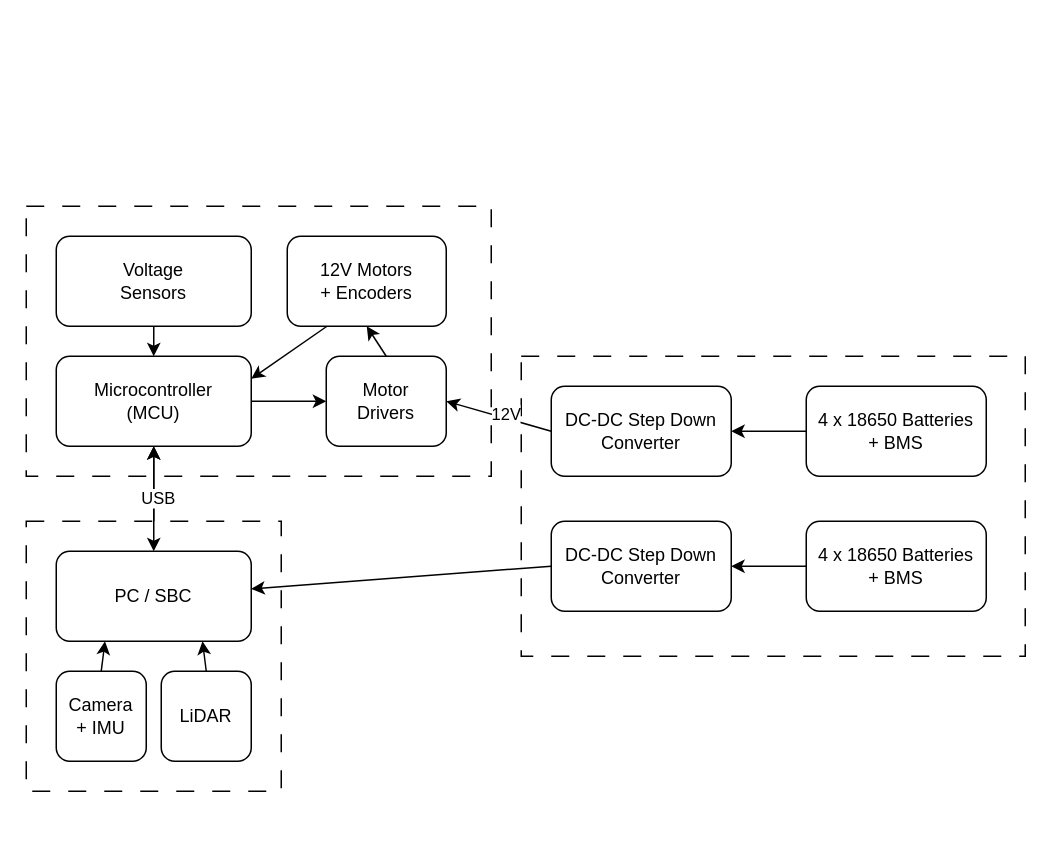
The draw.io diagram content/lgdxrobot2/getting-started/img/system/system.drawio in yukaitung/lgdxrobot-docs, before the edit. Source tidied: cells renumbered, new cells numbered last; positions are measured from the earlier drawing's top-left corner, leaving out a move shared by most shapes. Both pictures are drawn from the tidied source at 150%, with x=0, y=0 at pixel (26, 206).
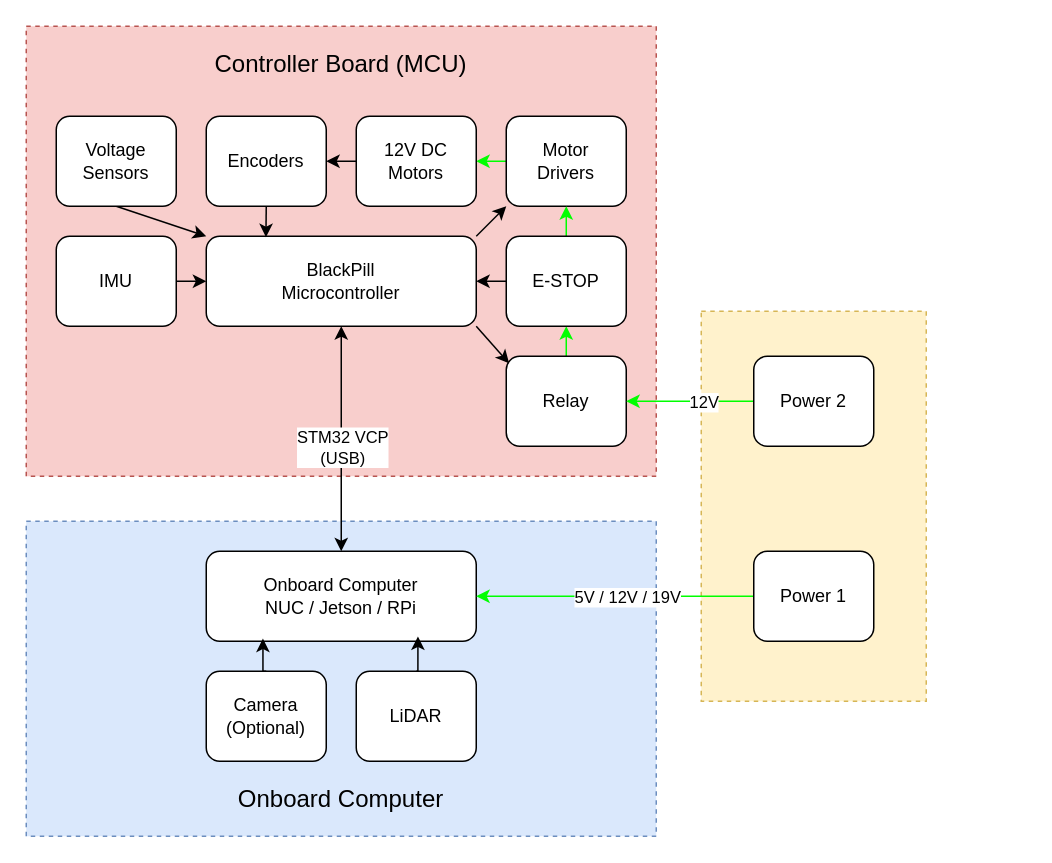
Above is the later version.

Commit message (it also covers changes not shown here):
System Design

Change to the diagram source:
```diff
@@
-    <mxCell id="2" style="rounded=0;whiteSpace=wrap;html=1;fillColor=none;dashed=1;dashPattern=12 12;" parent="1" vertex="1">
-      <mxGeometry x="330" y="100" width="336" height="200" as="geometry" />
-    </mxCell>
-    <mxCell id="3" style="rounded=0;whiteSpace=wrap;html=1;fillColor=none;dashed=1;dashPattern=12 12;" parent="1" vertex="1">
-      <mxGeometry width="310" height="180" as="geometry" />
+    <mxCell id="3" style="rounded=0;whiteSpace=wrap;html=1;fillColor=#f8cecc;dashed=1;strokeColor=#b85450;" parent="1" vertex="1">
+      <mxGeometry y="-120" width="420" height="300" as="geometry" />
     </mxCell>
-    <mxCell id="4" style="edgeStyle=none;rounded=0;jettySize=auto;html=1;" parent="1" edge="1" source="5" target="7">
-      <mxGeometry relative="1" as="geometry" />
-    </mxCell>
-    <mxCell id="5" style="rounded=0;whiteSpace=wrap;html=1;fillColor=none;dashed=1;dashPattern=12 12;" parent="1" vertex="1">
-      <mxGeometry y="210" width="170" height="180" as="geometry" />
+    <mxCell id="5" style="rounded=0;whiteSpace=wrap;html=1;fillColor=#dae8fc;dashed=1;strokeColor=#6c8ebf;" parent="1" vertex="1">
+      <mxGeometry y="210" width="420" height="210" as="geometry" />
     </mxCell>
+    <mxCell id="30" style="edgeStyle=orthogonalEdgeStyle;rounded=0;jettySize=auto;html=1;exitX=0.5;exitY=1;exitDx=0;exitDy=0;startArrow=classic;startFill=1;" parent="1" edge="1" source="7" target="45">
+      <mxGeometry relative="1" as="geometry" />
+    </mxCell>
+    <mxCell id="31" value="&lt;font face=&quot;Rubik&quot;&gt;STM32 VCP&lt;/font&gt;&lt;div&gt;&lt;font face=&quot;Rubik&quot;&gt;(USB)&lt;/font&gt;&lt;/div&gt;" style="edgeLabel;html=1;align=center;verticalAlign=middle;" parent="30" vertex="1">
+      <mxGeometry x="-0.16" y="-1" relative="1" as="geometry">
+        <mxPoint x="1" y="17" as="offset" />
+      </mxGeometry>
+    </mxCell>
-    <mxCell id="6" style="edgeStyle=none;rounded=0;jettySize=auto;html=1;exitX=1;exitY=0.5;exitDx=0;exitDy=0;entryX=0;entryY=0.5;entryDx=0;entryDy=0;" parent="1" edge="1" source="7" target="14">
+    <mxCell id="6" style="rounded=0;jettySize=auto;html=1;exitX=1;exitY=0;exitDx=0;exitDy=0;entryX=0;entryY=1;entryDx=0;entryDy=0;" parent="1" edge="1" source="7" target="14">
       <mxGeometry relative="1" as="geometry" />
     </mxCell>
-    <mxCell id="7" value="Microcontroller&lt;div&gt;(MCU)&lt;/div&gt;" style="rounded=1;whiteSpace=wrap;html=1;" parent="1" vertex="1">
-      <mxGeometry x="20" y="100" width="130" height="60" as="geometry" />
+    <mxCell id="7" value="&lt;font face=&quot;Rubik&quot;&gt;BlackPill&lt;/font&gt;&lt;div&gt;&lt;font face=&quot;Rubik&quot;&gt;Microcontroller&lt;/font&gt;&lt;/div&gt;" style="rounded=1;whiteSpace=wrap;html=1;" parent="1" vertex="1">
+      <mxGeometry x="120" y="20" width="180" height="60" as="geometry" />
     </mxCell>
-    <mxCell id="8" style="edgeStyle=none;rounded=0;jettySize=auto;html=1;" parent="1" edge="1" source="9" target="7">
+    <mxCell id="8" style="rounded=0;jettySize=auto;html=1;exitX=0.5;exitY=1;exitDx=0;exitDy=0;entryX=0;entryY=0;entryDx=0;entryDy=0;" parent="1" edge="1" source="9" target="7">
       <mxGeometry relative="1" as="geometry" />
     </mxCell>
-    <mxCell id="9" value="&lt;div&gt;Voltage&lt;/div&gt;&lt;div&gt;Sensors&lt;/div&gt;" style="rounded=1;whiteSpace=wrap;html=1;" parent="1" vertex="1">
-      <mxGeometry x="20" y="20" width="130" height="60" as="geometry" />
+    <mxCell id="9" value="&lt;div&gt;&lt;font face=&quot;Rubik&quot;&gt;Voltage&lt;/font&gt;&lt;/div&gt;&lt;div&gt;&lt;font face=&quot;Rubik&quot;&gt;Sensors&lt;/font&gt;&lt;/div&gt;" style="rounded=1;whiteSpace=wrap;html=1;" parent="1" vertex="1">
+      <mxGeometry x="20" y="-60" width="80" height="60" as="geometry" />
     </mxCell>
-    <mxCell id="10" style="edgeStyle=none;rounded=0;jettySize=auto;html=1;exitX=0.5;exitY=0;exitDx=0;exitDy=0;startArrow=classic;startFill=1;" parent="1" edge="1" source="12" target="7">
-      <mxGeometry relative="1" as="geometry" />
-    </mxCell>
-    <mxCell id="11" value="USB" style="edgeLabel;html=1;align=center;verticalAlign=middle;" parent="10" vertex="1">
-      <mxGeometry x="0.04" y="-2" relative="1" as="geometry" />
-    </mxCell>
-    <mxCell id="12" value="&lt;div&gt;PC / SBC&lt;/div&gt;" style="rounded=1;whiteSpace=wrap;html=1;" parent="1" vertex="1">
-      <mxGeometry x="20" y="230" width="130" height="60" as="geometry" />
-    </mxCell>
-    <mxCell id="13" style="edgeStyle=none;rounded=0;jettySize=auto;html=1;exitX=0.5;exitY=0;exitDx=0;exitDy=0;entryX=0.5;entryY=1;entryDx=0;entryDy=0;" parent="1" edge="1" source="14" target="16">
-      <mxGeometry relative="1" as="geometry" />
-    </mxCell>
+    <mxCell id="32" style="edgeStyle=orthogonalEdgeStyle;rounded=0;jettySize=auto;html=1;exitX=0;exitY=0.5;exitDx=0;exitDy=0;entryX=1;entryY=0.5;entryDx=0;entryDy=0;strokeColor=#00FF00;" parent="1" edge="1" source="14" target="35">
+      <mxGeometry relative="1" as="geometry" />
+    </mxCell>
     <mxCell id="14" value="Motor&lt;div&gt;Drivers&lt;/div&gt;" style="rounded=1;whiteSpace=wrap;html=1;" parent="1" vertex="1">
-      <mxGeometry x="200" y="100" width="80" height="60" as="geometry" />
+      <mxGeometry x="320" y="-60" width="80" height="60" as="geometry" />
     </mxCell>
-    <mxCell id="15" style="edgeStyle=none;rounded=0;jettySize=auto;html=1;exitX=0.25;exitY=1;exitDx=0;exitDy=0;entryX=1;entryY=0.25;entryDx=0;entryDy=0;" parent="1" edge="1" source="16" target="7">
-      <mxGeometry relative="1" as="geometry" />
-    </mxCell>
-    <mxCell id="16" value="12V Motors&lt;div&gt;+ Encoders&lt;/div&gt;" style="rounded=1;whiteSpace=wrap;html=1;" parent="1" vertex="1">
-      <mxGeometry x="174" y="20" width="106" height="60" as="geometry" />
-    </mxCell>
-    <mxCell id="17" style="edgeStyle=none;rounded=0;jettySize=auto;html=1;exitX=0.5;exitY=0;exitDx=0;exitDy=0;entryX=0.25;entryY=1;entryDx=0;entryDy=0;" parent="1" edge="1" source="18" target="12">
-      <mxGeometry relative="1" as="geometry" />
-    </mxCell>
-    <mxCell id="18" value="&lt;div&gt;Camera&lt;/div&gt;&lt;div&gt;+ IMU&lt;/div&gt;" style="rounded=1;whiteSpace=wrap;html=1;" parent="1" vertex="1">
-      <mxGeometry x="20" y="310" width="60" height="60" as="geometry" />
-    </mxCell>
-    <mxCell id="19" style="edgeStyle=none;rounded=0;jettySize=auto;html=1;exitX=0.5;exitY=0;exitDx=0;exitDy=0;entryX=0.75;entryY=1;entryDx=0;entryDy=0;" parent="1" edge="1" source="20" target="12">
-      <mxGeometry relative="1" as="geometry" />
-    </mxCell>
+    <mxCell id="33" value="&lt;font style=&quot;font-size: 16px;&quot; face=&quot;Rubik&quot;&gt;Controller Board (MCU)&lt;/font&gt;" style="text;html=1;whiteSpace=wrap;strokeColor=none;fillColor=none;align=center;verticalAlign=middle;rounded=0;" parent="1" vertex="1">
+      <mxGeometry x="105" y="-110" width="210" height="30" as="geometry" />
+    </mxCell>
+    <mxCell id="34" style="edgeStyle=orthogonalEdgeStyle;rounded=0;jettySize=auto;html=1;exitX=0;exitY=0.5;exitDx=0;exitDy=0;entryX=1;entryY=0.5;entryDx=0;entryDy=0;" parent="1" edge="1" source="35" target="36">
+      <mxGeometry relative="1" as="geometry" />
+    </mxCell>
+    <mxCell id="35" value="12V DC Motors" style="rounded=1;whiteSpace=wrap;html=1;" parent="1" vertex="1">
+      <mxGeometry x="220" y="-60" width="80" height="60" as="geometry" />
+    </mxCell>
+    <mxCell id="36" value="Encoders" style="rounded=1;whiteSpace=wrap;html=1;" parent="1" vertex="1">
+      <mxGeometry x="120" y="-60" width="80" height="60" as="geometry" />
+    </mxCell>
+    <mxCell id="37" style="edgeStyle=orthogonalEdgeStyle;rounded=0;jettySize=auto;html=1;exitX=1;exitY=0.5;exitDx=0;exitDy=0;entryX=0;entryY=0.5;entryDx=0;entryDy=0;" parent="1" edge="1" source="38" target="7">
+      <mxGeometry relative="1" as="geometry" />
+    </mxCell>
+    <mxCell id="38" value="IMU" style="rounded=1;whiteSpace=wrap;html=1;" parent="1" vertex="1">
+      <mxGeometry x="20" y="20" width="80" height="60" as="geometry" />
+    </mxCell>
+    <mxCell id="39" style="edgeStyle=orthogonalEdgeStyle;rounded=0;jettySize=auto;html=1;exitX=0.5;exitY=0;exitDx=0;exitDy=0;entryX=0.5;entryY=1;entryDx=0;entryDy=0;strokeColor=#00FF00;" parent="1" edge="1" source="40" target="43">
+      <mxGeometry relative="1" as="geometry" />
+    </mxCell>
+    <mxCell id="40" value="Relay" style="rounded=1;whiteSpace=wrap;html=1;" parent="1" vertex="1">
+      <mxGeometry x="320" y="100" width="80" height="60" as="geometry" />
+    </mxCell>
+    <mxCell id="41" style="edgeStyle=orthogonalEdgeStyle;rounded=0;jettySize=auto;html=1;exitX=0;exitY=0.5;exitDx=0;exitDy=0;entryX=1;entryY=0.5;entryDx=0;entryDy=0;" parent="1" edge="1" source="43" target="7">
+      <mxGeometry relative="1" as="geometry" />
+    </mxCell>
+    <mxCell id="42" style="edgeStyle=orthogonalEdgeStyle;rounded=0;jettySize=auto;html=1;exitX=0.5;exitY=0;exitDx=0;exitDy=0;strokeColor=#00FF00;" parent="1" edge="1" source="43" target="14">
+      <mxGeometry relative="1" as="geometry">
+        <Array as="points">
+          <mxPoint x="360" y="10" />
+          <mxPoint x="360" y="10" />
+        </Array>
+      </mxGeometry>
+    </mxCell>
+    <mxCell id="43" value="E-STOP" style="rounded=1;whiteSpace=wrap;html=1;" parent="1" vertex="1">
+      <mxGeometry x="320" y="20" width="80" height="60" as="geometry" />
+    </mxCell>
+    <mxCell id="44" value="Camera&lt;div&gt;(Optional)&lt;/div&gt;" style="rounded=1;whiteSpace=wrap;html=1;" parent="1" vertex="1">
+      <mxGeometry x="120" y="310" width="80" height="60" as="geometry" />
+    </mxCell>
-    <mxCell id="20" value="&lt;div&gt;LiDAR&lt;/div&gt;" style="rounded=1;whiteSpace=wrap;html=1;" parent="1" vertex="1">
-      <mxGeometry x="90" y="310" width="60" height="60" as="geometry" />
+    <mxCell id="20" value="LiDAR" style="rounded=1;whiteSpace=wrap;html=1;" parent="1" vertex="1">
+      <mxGeometry x="220" y="310" width="80" height="60" as="geometry" />
     </mxCell>
-    <mxCell id="21" style="edgeStyle=none;rounded=0;jettySize=auto;html=1;exitX=0;exitY=0.5;exitDx=0;exitDy=0;" parent="1" edge="1" source="22" target="29">
-      <mxGeometry relative="1" as="geometry" />
-    </mxCell>
-    <mxCell id="22" value="4 x 18650 Batteries&lt;div&gt;+ BMS&lt;/div&gt;" style="rounded=1;whiteSpace=wrap;html=1;" parent="1" vertex="1">
-      <mxGeometry x="520" y="120" width="120" height="60" as="geometry" />
-    </mxCell>
-    <mxCell id="23" style="edgeStyle=none;rounded=0;jettySize=auto;html=1;exitX=0;exitY=0.5;exitDx=0;exitDy=0;" parent="1" edge="1" source="24" target="26">
-      <mxGeometry relative="1" as="geometry" />
-    </mxCell>
-    <mxCell id="24" value="4 x 18650 Batteries&lt;div&gt;+ BMS&lt;/div&gt;" style="rounded=1;whiteSpace=wrap;html=1;" parent="1" vertex="1">
-      <mxGeometry x="520" y="210" width="120" height="60" as="geometry" />
-    </mxCell>
-    <mxCell id="25" style="edgeStyle=none;rounded=0;jettySize=auto;html=1;exitX=0;exitY=0.5;exitDx=0;exitDy=0;" parent="1" edge="1" source="26" target="12">
-      <mxGeometry relative="1" as="geometry" />
-    </mxCell>
-    <mxCell id="26" value="DC-DC Step Down Converter" style="rounded=1;whiteSpace=wrap;html=1;" parent="1" vertex="1">
-      <mxGeometry x="350" y="210" width="120" height="60" as="geometry" />
-    </mxCell>
-    <mxCell id="27" style="edgeStyle=none;rounded=0;jettySize=auto;html=1;exitX=0;exitY=0.5;exitDx=0;exitDy=0;entryX=1;entryY=0.5;entryDx=0;entryDy=0;" parent="1" edge="1" source="29" target="14">
-      <mxGeometry relative="1" as="geometry" />
-    </mxCell>
+    <mxCell id="45" value="&lt;font face=&quot;Rubik&quot;&gt;Onboard Computer&lt;/font&gt;&lt;div&gt;&lt;font face=&quot;Rubik&quot;&gt;NUC / Jetson / RPi&lt;/font&gt;&lt;/div&gt;" style="rounded=1;whiteSpace=wrap;html=1;" parent="1" vertex="1">
+      <mxGeometry x="120" y="230" width="180" height="60" as="geometry" />
+    </mxCell>
+    <mxCell id="46" style="rounded=0;whiteSpace=wrap;html=1;fillColor=#fff2cc;strokeColor=#d6b656;dashed=1;" parent="1" vertex="1">
+      <mxGeometry x="450" y="70" width="150" height="260" as="geometry" />
+    </mxCell>
+    <mxCell id="47" value="&lt;font style=&quot;font-size: 16px;&quot; face=&quot;Rubik&quot;&gt;Onboard Computer&lt;/font&gt;" style="text;html=1;whiteSpace=wrap;strokeColor=none;fillColor=none;align=center;verticalAlign=middle;rounded=0;" parent="1" vertex="1">
+      <mxGeometry x="105" y="380" width="210" height="30" as="geometry" />
+    </mxCell>
+    <mxCell id="48" style="edgeStyle=orthogonalEdgeStyle;rounded=0;jettySize=auto;html=1;exitX=0.5;exitY=1;exitDx=0;exitDy=0;entryX=0.221;entryY=0.01;entryDx=0;entryDy=0;entryPerimeter=0;" parent="1" edge="1" source="36" target="7">
+      <mxGeometry relative="1" as="geometry" />
+    </mxCell>
+    <mxCell id="49" style="edgeStyle=orthogonalEdgeStyle;rounded=0;jettySize=auto;html=1;exitX=0;exitY=0.5;exitDx=0;exitDy=0;strokeColor=#00FF00;" parent="1" edge="1" source="51" target="45">
+      <mxGeometry relative="1" as="geometry" />
+    </mxCell>
+    <mxCell id="50" value="&lt;font face=&quot;Rubik&quot;&gt;5V / 12V / 19V&lt;/font&gt;" style="edgeLabel;html=1;align=center;verticalAlign=middle;" parent="49" vertex="1">
+      <mxGeometry x="0.08" y="-1" relative="1" as="geometry">
+        <mxPoint x="15" y="1" as="offset" />
+      </mxGeometry>
+    </mxCell>
+    <mxCell id="51" value="Power 1" style="rounded=1;whiteSpace=wrap;html=1;" parent="1" vertex="1">
+      <mxGeometry x="485" y="230" width="80" height="60" as="geometry" />
+    </mxCell>
+    <mxCell id="52" style="edgeStyle=orthogonalEdgeStyle;rounded=0;jettySize=auto;html=1;exitX=0;exitY=0.5;exitDx=0;exitDy=0;entryX=1;entryY=0.5;entryDx=0;entryDy=0;strokeColor=#00FF00;" parent="1" edge="1" source="53" target="40">
+      <mxGeometry relative="1" as="geometry">
+        <Array as="points">
+          <mxPoint x="440" y="130" />
+          <mxPoint x="440" y="130" />
+        </Array>
+      </mxGeometry>
+    </mxCell>
-    <mxCell id="28" value="12V" style="edgeLabel;html=1;align=center;verticalAlign=middle;" parent="27" vertex="1">
-      <mxGeometry x="-0.08" y="-3" relative="1" as="geometry" />
+    <mxCell id="28" value="&lt;font face=&quot;Rubik&quot;&gt;12V&lt;/font&gt;" style="edgeLabel;html=1;align=center;verticalAlign=middle;" parent="52" vertex="1">
+      <mxGeometry x="0.06" relative="1" as="geometry">
+        <mxPoint x="11" as="offset" />
+      </mxGeometry>
     </mxCell>
-    <mxCell id="29" value="DC-DC Step Down Converter" style="rounded=1;whiteSpace=wrap;html=1;" parent="1" vertex="1">
-      <mxGeometry x="350" y="120" width="120" height="60" as="geometry" />
-    </mxCell>
+    <mxCell id="53" value="Power 2" style="rounded=1;whiteSpace=wrap;html=1;" parent="1" vertex="1">
+      <mxGeometry x="485" y="100" width="80" height="60" as="geometry" />
+    </mxCell>
+    <mxCell id="54" style="rounded=0;jettySize=auto;html=1;exitX=1;exitY=1;exitDx=0;exitDy=0;entryX=0.024;entryY=0.079;entryDx=0;entryDy=0;entryPerimeter=0;" parent="1" edge="1" source="7" target="40">
+      <mxGeometry relative="1" as="geometry" />
+    </mxCell>
+    <mxCell id="55" style="edgeStyle=orthogonalEdgeStyle;rounded=0;jettySize=auto;html=1;exitX=0.5;exitY=0;exitDx=0;exitDy=0;entryX=0.21;entryY=0.97;entryDx=0;entryDy=0;entryPerimeter=0;" parent="1" edge="1" source="44" target="45">
+      <mxGeometry relative="1" as="geometry" />
+    </mxCell>
+    <mxCell id="56" style="edgeStyle=orthogonalEdgeStyle;rounded=0;jettySize=auto;html=1;exitX=0.5;exitY=0;exitDx=0;exitDy=0;entryX=0.784;entryY=0.947;entryDx=0;entryDy=0;entryPerimeter=0;" parent="1" edge="1" source="20" target="45">
+      <mxGeometry relative="1" as="geometry" />
+    </mxCell>
```
